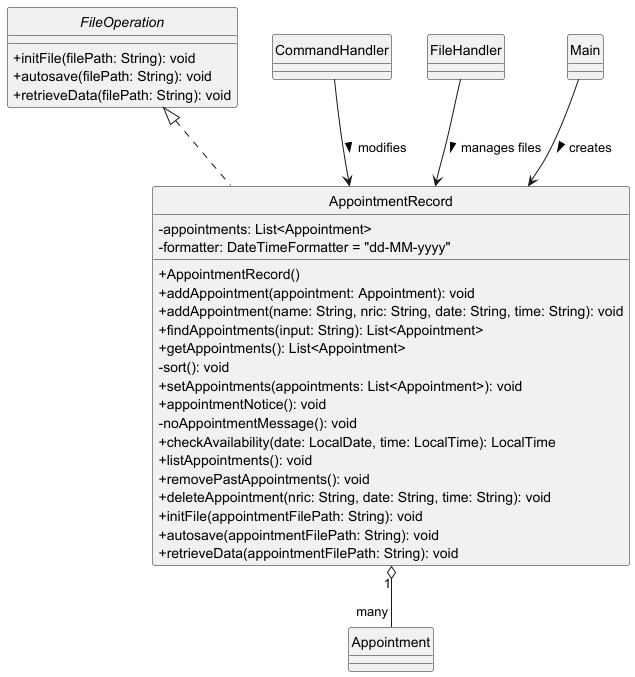
The PlantUML diagram docs/AppointmentRecord.png in yentheng0110/tp, before a commit.
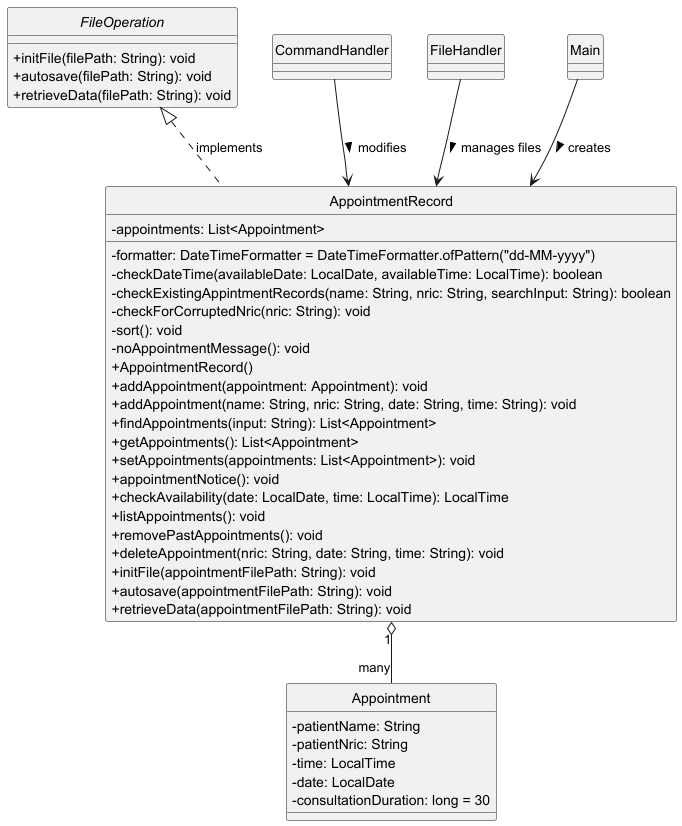
The same file after the commit.

Commit message:
update class diagrams Record and AppointmentRecord

Diff of the diagram source:
```diff
@@ -4,16 +4,19 @@
 
 class AppointmentRecord {
     -appointments: List<Appointment>
-    -formatter: DateTimeFormatter = "dd-MM-yyyy"
+    -formatter: DateTimeFormatter = DateTimeFormatter.ofPattern("dd-MM-yyyy")
+    -checkDateTime(availableDate: LocalDate, availableTime: LocalTime): boolean
+    -checkExistingAppintmentRecords(name: String, nric: String, searchInput: String): boolean
+    -checkForCorruptedNric(nric: String): void
+    -sort(): void
+    -noAppointmentMessage(): void
     +AppointmentRecord()
     +addAppointment(appointment: Appointment): void
     +addAppointment(name: String, nric: String, date: String, time: String): void
     +findAppointments(input: String): List<Appointment>
     +getAppointments(): List<Appointment>
-    -sort(): void
     +setAppointments(appointments: List<Appointment>): void
     +appointmentNotice(): void
-    -noAppointmentMessage(): void
     +checkAvailability(date: LocalDate, time: LocalTime): LocalTime
     +listAppointments(): void
     +removePastAppointments(): void
@@ -30,18 +33,18 @@
 }
 
 class Appointment {
+    -patientName: String
+    -patientNric: String
+    -time: LocalTime
+    -date: LocalDate
+    -consultationDuration: long = 30
 }
 
-class CommandHandler {
-}
+class CommandHandler {}
+class FileHandler {}
+class Main {}
 
-class FileHandler {
-}
-
-class Main {
-}
-
-FileOperation <|.. AppointmentRecord
+FileOperation <|.. AppointmentRecord : implements
 
 Main --> AppointmentRecord : creates >
 CommandHandler --> AppointmentRecord : modifies >
@@ -49,4 +52,6 @@
 
 AppointmentRecord "1" o-- "many" Appointment
 
+
+
 @enduml
```
